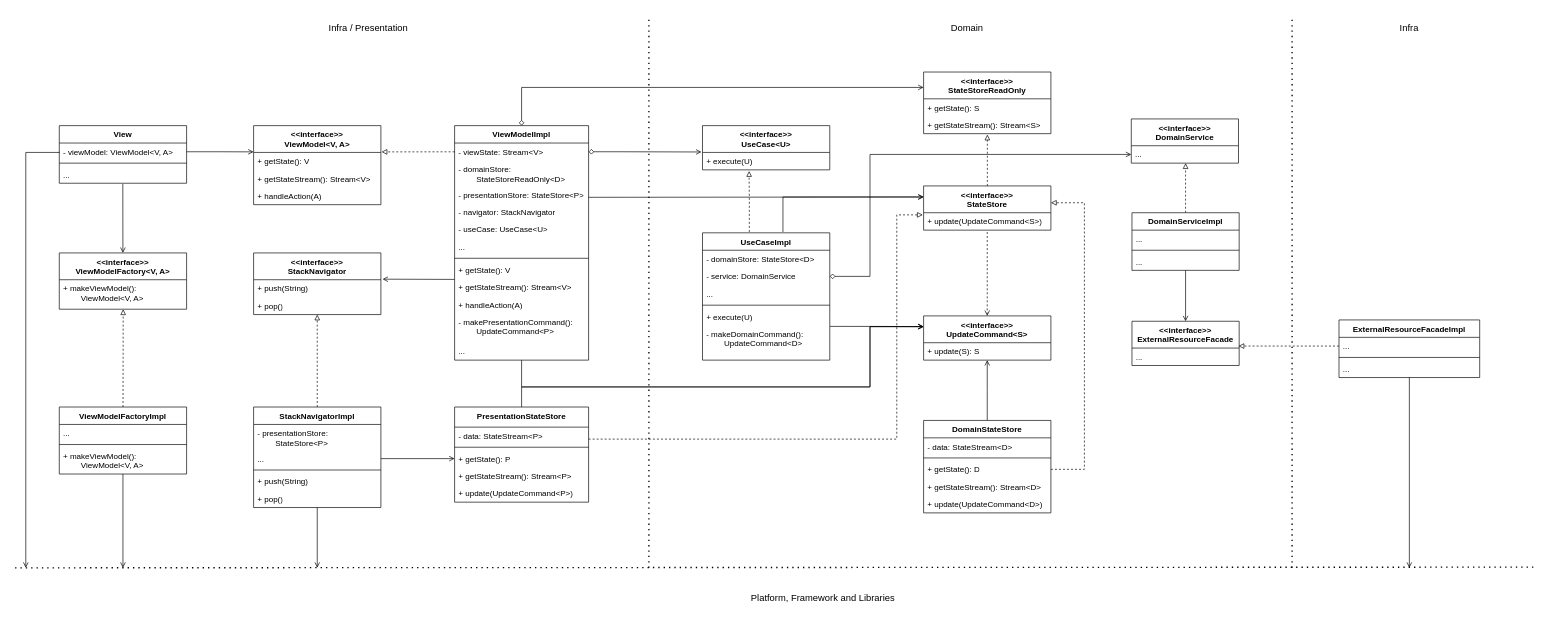
Earlier version of the draw.io diagram docs/diagrams/architecture-diagram.drawio (rafaeltmbr/Stopwatch). Source tidied: cells renumbered, new cells numbered last; positions are measured from the earlier drawing's top-left corner, leaving out a move shared by most shapes. Both pictures are drawn from the tidied source at 67%, with x=0, y=0 at pixel (12, 11).
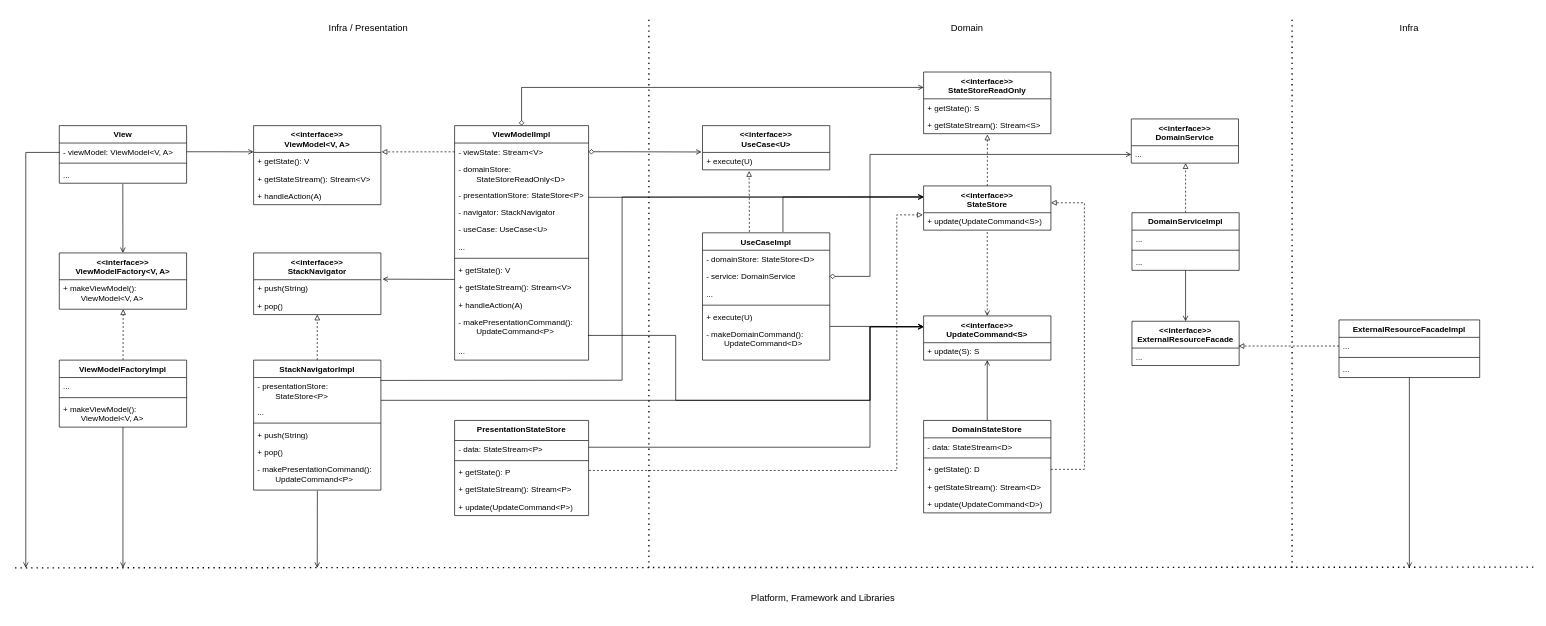
The same diagram, later.

Commit message (it also covers changes not shown here):
docs: update architecture diagram

Unchanged cells that the change refers to:
```xml
<mxCell id="10" value="&amp;lt;&amp;lt;interface&amp;gt;&amp;gt;&lt;div&gt;UpdateCommand&amp;lt;S&amp;gt;&lt;/div&gt;" style="swimlane;fontStyle=1;align=center;verticalAlign=top;horizontal=1;startSize=40;whiteSpace=wrap;html=1;" parent="1" vertex="1">
  <mxGeometry x="1360" y="454" width="190" height="66" as="geometry" />
</mxCell>
<mxCell id="24" value="- makePresentationCommand():&lt;br&gt;&amp;nbsp;&amp;nbsp;&lt;span style=&quot;white-space: pre;&quot;&gt;&#9;&lt;/span&gt;UpdateCommand&amp;lt;P&amp;gt;" style="text;strokeColor=none;fillColor=none;align=left;verticalAlign=top;spacingLeft=4;spacingRight=4;overflow=hidden;points=[[0,0.5],[1,0.5]];portConstraint=eastwest;whiteSpace=wrap;html=1;" parent="13" vertex="1">
  <mxGeometry y="280" width="200" height="44" as="geometry" />
</mxCell>
<mxCell id="62" value="&amp;lt;&amp;lt;interface&amp;gt;&amp;gt;&lt;div&gt;StateStore&lt;/div&gt;" style="swimlane;fontStyle=1;align=center;verticalAlign=top;horizontal=1;startSize=40;whiteSpace=wrap;html=1;" parent="1" vertex="1">
  <mxGeometry x="1360" y="260" width="190" height="66" as="geometry" />
</mxCell>
<mxCell id="63" value="+ update(UpdateCommand&amp;lt;S&amp;gt;)" style="text;strokeColor=none;fillColor=none;align=left;verticalAlign=top;spacingLeft=4;spacingRight=4;overflow=hidden;points=[[0,0.5],[1,0.5]];portConstraint=eastwest;whiteSpace=wrap;html=1;" parent="62" vertex="1">
  <mxGeometry y="40" width="190" height="26" as="geometry" />
</mxCell>
<mxCell id="71" value="- data: StateStream&amp;lt;P&amp;gt;" style="text;strokeColor=none;fillColor=none;align=left;verticalAlign=top;spacingLeft=4;spacingRight=4;overflow=hidden;points=[[0,0.5],[1,0.5]];portConstraint=eastwest;whiteSpace=wrap;html=1;" parent="70" vertex="1">
  <mxGeometry y="30" width="200" height="26" as="geometry" />
</mxCell>
<mxCell id="73" value="+ getState(): P" style="text;strokeColor=none;fillColor=none;align=left;verticalAlign=top;spacingLeft=4;spacingRight=4;overflow=hidden;points=[[0,0.5],[1,0.5]];portConstraint=eastwest;whiteSpace=wrap;html=1;" parent="70" vertex="1">
  <mxGeometry y="64" width="200" height="26" as="geometry" />
</mxCell>
<mxCell id="84" value="- presentationStore: &lt;span style=&quot;white-space: pre;&quot;&gt;&#9;&lt;/span&gt;StateStore&amp;lt;P&amp;gt;" style="text;strokeColor=none;fillColor=none;align=left;verticalAlign=top;spacingLeft=4;spacingRight=4;overflow=hidden;points=[[0,0.5],[1,0.5]];portConstraint=eastwest;whiteSpace=wrap;html=1;" parent="83" vertex="1">
  <mxGeometry y="26" width="190" height="38" as="geometry" />
</mxCell>
<mxCell id="85" value="..." style="text;strokeColor=none;fillColor=none;align=left;verticalAlign=top;spacingLeft=4;spacingRight=4;overflow=hidden;points=[[0,0.5],[1,0.5]];portConstraint=eastwest;whiteSpace=wrap;html=1;" parent="83" vertex="1">
  <mxGeometry y="64" width="190" height="26" as="geometry" />
</mxCell>
<mxCell id="88" value="+ pop()" style="text;strokeColor=none;fillColor=none;align=left;verticalAlign=top;spacingLeft=4;spacingRight=4;overflow=hidden;points=[[0,0.5],[1,0.5]];portConstraint=eastwest;whiteSpace=wrap;html=1;" parent="83" vertex="1">
  <mxGeometry y="124" width="190" height="26" as="geometry" />
</mxCell>
```

What changed in the source:
```diff
@@
     <mxCell id="70" value="&lt;span style=&quot;background-color: initial;&quot;&gt;PresentationStateStore&lt;/span&gt;" style="swimlane;fontStyle=1;align=center;verticalAlign=top;horizontal=1;startSize=30;whiteSpace=wrap;html=1;" parent="1" vertex="1">
-      <mxGeometry x="660" y="590" width="200" height="142" as="geometry" />
+      <mxGeometry x="660" y="610" width="200" height="142" as="geometry" />
     </mxCell>
@@
     <mxCell id="83" value="StackNavigatorImpl" style="swimlane;fontStyle=1;align=center;verticalAlign=top;horizontal=1;startSize=26;whiteSpace=wrap;html=1;" parent="1" vertex="1">
-      <mxGeometry x="360" y="590" width="190" height="150" as="geometry" />
+      <mxGeometry x="360" y="520" width="190" height="194" as="geometry" />
     </mxCell>
@@
+    <mxCell id="113" value="- makePresentationCommand():&lt;br&gt;&lt;span style=&quot;white-space: pre;&quot;&gt;&#9;&lt;/span&gt;UpdateCommand&amp;lt;P&amp;gt;" style="text;strokeColor=none;fillColor=none;align=left;verticalAlign=top;spacingLeft=4;spacingRight=4;overflow=hidden;points=[[0,0.5],[1,0.5]];portConstraint=eastwest;whiteSpace=wrap;html=1;" parent="83" vertex="1">
+      <mxGeometry y="150" width="190" height="44" as="geometry" />
+    </mxCell>
@@
     <mxCell id="93" value="ViewModelFactoryImpl" style="swimlane;fontStyle=1;align=center;verticalAlign=top;horizontal=1;startSize=26;whiteSpace=wrap;html=1;" parent="1" vertex="1">
-      <mxGeometry x="70" y="590" width="190" height="100" as="geometry" />
+      <mxGeometry x="70" y="520" width="190" height="100" as="geometry" />
     </mxCell>
@@
-    <mxCell id="97" style="edgeStyle=none;html=1;startArrow=none;startFill=0;endArrow=open;endFill=0;exitX=1;exitY=0.5;exitDx=0;exitDy=0;entryX=0;entryY=0.5;entryDx=0;entryDy=0;" parent="1" edge="1" source="85" target="73">
-      <mxGeometry relative="1" as="geometry" />
-    </mxCell>
@@
-    <mxCell id="102" style="edgeStyle=none;html=1;startArrow=none;startFill=0;endArrow=open;endFill=0;" parent="1" edge="1" source="88">
+    <mxCell id="102" style="edgeStyle=none;html=1;startArrow=none;startFill=0;endArrow=open;endFill=0;exitX=0.501;exitY=1.022;exitDx=0;exitDy=0;exitPerimeter=0;" parent="1" edge="1" source="113">
       <mxGeometry relative="1" as="geometry">
         <mxPoint x="455" y="830" as="targetPoint" />
       </mxGeometry>
     </mxCell>
@@
-    <mxCell id="107" style="edgeStyle=orthogonalEdgeStyle;rounded=0;html=1;startArrow=none;startFill=0;endArrow=open;endFill=0;" parent="1" edge="1">
+    <mxCell id="107" style="edgeStyle=orthogonalEdgeStyle;rounded=0;html=1;startArrow=none;startFill=0;endArrow=open;endFill=0;exitX=0.995;exitY=0.753;exitDx=0;exitDy=0;exitPerimeter=0;" parent="1" edge="1" source="24">
       <mxGeometry relative="1" as="geometry">
-        <mxPoint x="760" y="520" as="sourcePoint" />
         <mxPoint x="1360" y="470" as="targetPoint" />
         <Array as="points">
-          <mxPoint x="760" y="560" />
-          <mxPoint x="1280" y="560" />
+          <mxPoint x="990" y="483" />
+          <mxPoint x="990" y="580" />
+          <mxPoint x="1280" y="580" />
           <mxPoint x="1280" y="470" />
         </Array>
       </mxGeometry>
     </mxCell>
@@
-    <mxCell id="110" style="edgeStyle=orthogonalEdgeStyle;rounded=0;html=1;startArrow=none;startFill=0;endArrow=open;endFill=0;exitX=0.5;exitY=0;exitDx=0;exitDy=0;" parent="1" edge="1" source="70">
+    <mxCell id="110" style="edgeStyle=orthogonalEdgeStyle;rounded=0;html=1;startArrow=none;startFill=0;endArrow=open;endFill=0;" parent="1" edge="1">
       <mxGeometry relative="1" as="geometry">
+        <mxPoint x="860" y="650" as="sourcePoint" />
         <mxPoint x="1360" y="470" as="targetPoint" />
         <Array as="points">
-          <mxPoint x="760" y="560" />
-          <mxPoint x="1280" y="560" />
+          <mxPoint x="860" y="650" />
+          <mxPoint x="1280" y="650" />
           <mxPoint x="1280" y="470" />
         </Array>
       </mxGeometry>
     </mxCell>
@@
-    <mxCell id="112" style="edgeStyle=orthogonalEdgeStyle;rounded=0;html=1;startArrow=none;startFill=0;endArrow=block;endFill=0;exitX=1;exitY=0.689;exitDx=0;exitDy=0;exitPerimeter=0;dashed=1;entryX=-0.006;entryY=0.124;entryDx=0;entryDy=0;entryPerimeter=0;" parent="1" edge="1" source="71" target="63">
+    <mxCell id="112" style="edgeStyle=orthogonalEdgeStyle;rounded=0;html=1;startArrow=none;startFill=0;endArrow=block;endFill=0;dashed=1;entryX=-0.006;entryY=0.124;entryDx=0;entryDy=0;entryPerimeter=0;exitX=1.002;exitY=0.41;exitDx=0;exitDy=0;exitPerimeter=0;" parent="1" edge="1" source="73" target="63">
       <mxGeometry relative="1" as="geometry">
         <Array as="points">
-          <mxPoint x="1320" y="638" />
+          <mxPoint x="1320" y="685" />
           <mxPoint x="1320" y="303" />
         </Array>
       </mxGeometry>
     </mxCell>
+    <mxCell id="114" style="edgeStyle=orthogonalEdgeStyle;html=1;entryX=0;entryY=0.25;entryDx=0;entryDy=0;rounded=0;endArrow=open;endFill=0;" parent="1" edge="1" target="10">
+      <mxGeometry relative="1" as="geometry">
+        <mxPoint x="550" y="580" as="sourcePoint" />
+        <Array as="points">
+          <mxPoint x="550" y="580" />
+          <mxPoint x="1280" y="580" />
+          <mxPoint x="1280" y="471" />
+        </Array>
+      </mxGeometry>
+    </mxCell>
+    <mxCell id="115" style="edgeStyle=orthogonalEdgeStyle;rounded=0;html=1;endArrow=open;endFill=0;entryX=0;entryY=0.25;entryDx=0;entryDy=0;exitX=0.996;exitY=0.112;exitDx=0;exitDy=0;exitPerimeter=0;" parent="1" edge="1" source="84" target="62">
+      <mxGeometry relative="1" as="geometry">
+        <Array as="points">
+          <mxPoint x="551" y="550" />
+          <mxPoint x="910" y="550" />
+          <mxPoint x="910" y="277" />
+        </Array>
+      </mxGeometry>
+    </mxCell>
```
